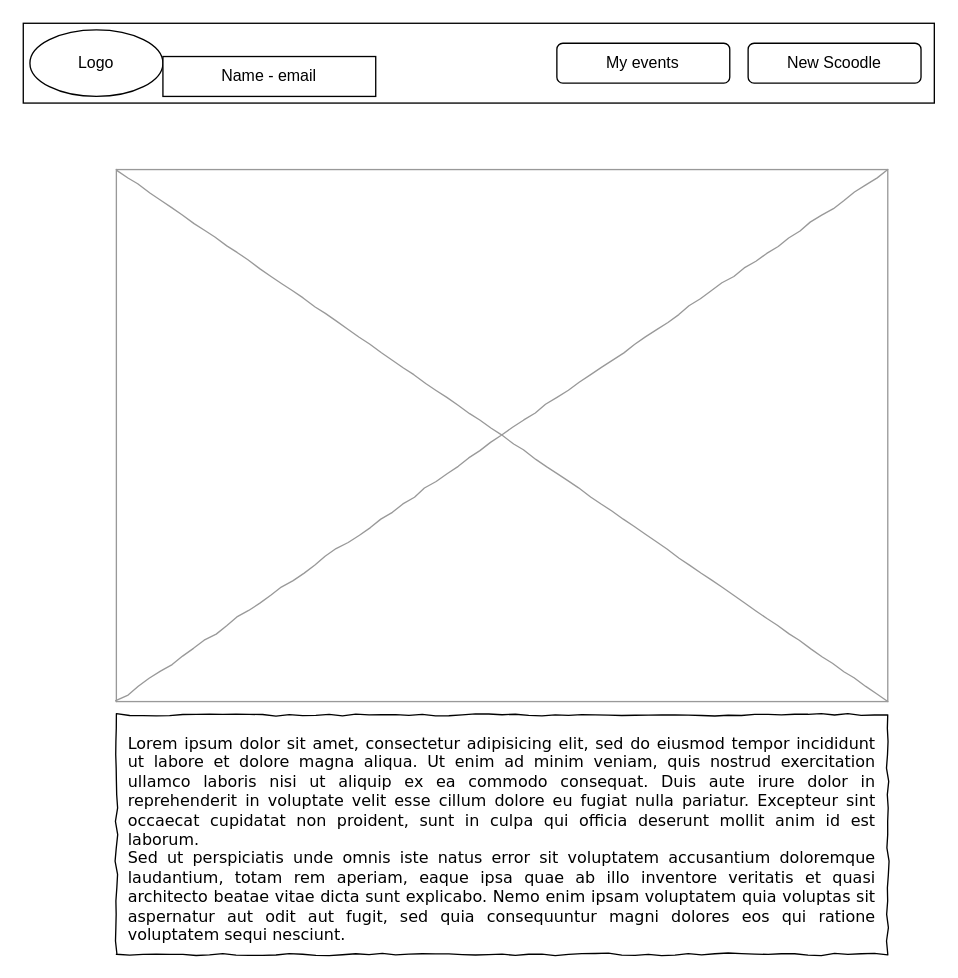
This is page "landing page" (1 of 3) of docs/planning/Scoodle_Wireframe.drawio from jeff-sexton/schoodle, a draw.io file, before an edit. Source tidied: cells renumbered, new cells numbered last; positions are measured from the earlier drawing's top-left corner, leaving out a move shared by most shapes. Both pictures are drawn from the tidied source at 133%, with x=0, y=0 at pixel (23, 23).
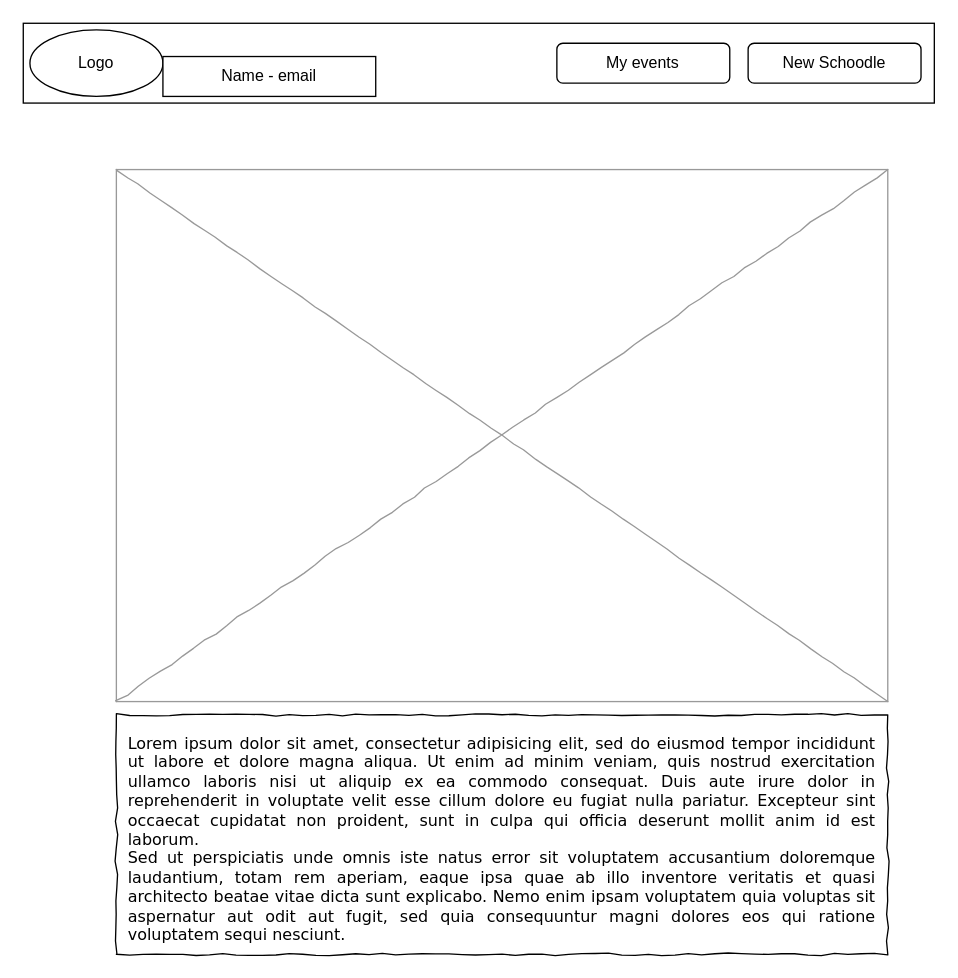
Above is the later version.

The edit, as a diff of the source:
```diff
@@
 <mxGraphModel background="#ffffff">
   <root>
     <mxCell id="0" />
     <mxCell id="1" parent="0" />
     <mxCell id="2" value="&lt;div style=&quot;text-align: justify&quot;&gt;&lt;span&gt;Lorem ipsum dolor sit amet, consectetur adipisicing elit, sed do eiusmod tempor incididunt ut labore et dolore magna aliqua. Ut enim ad minim veniam, quis nostrud exercitation ullamco laboris nisi ut aliquip ex ea commodo consequat. Duis aute irure dolor in reprehenderit in voluptate velit esse cillum dolore eu fugiat nulla pariatur. Excepteur sint occaecat cupidatat non proident, sunt in culpa qui officia deserunt mollit anim id est laborum.&lt;/span&gt;&lt;/div&gt;&lt;div style=&quot;text-align: justify&quot;&gt;&lt;span&gt;Sed ut perspiciatis unde omnis iste natus error sit voluptatem accusantium doloremque laudantium, totam rem aperiam, eaque ipsa quae ab illo inventore veritatis et quasi architecto beatae vitae dicta sunt explicabo. Nemo enim ipsam voluptatem quia voluptas sit aspernatur aut odit aut fugit, sed quia consequuntur magni dolores eos qui ratione voluptatem sequi nesciunt.&amp;nbsp;&lt;/span&gt;&lt;/div&gt;" style="whiteSpace=wrap;html=1;rounded=0;shadow=0;labelBackgroundColor=none;strokeWidth=1;fillColor=none;fontFamily=Verdana;fontSize=12;align=center;verticalAlign=top;spacing=10;comic=1;" parent="1" vertex="1">
       <mxGeometry x="70" y="520" width="580" height="180" as="geometry" />
     </mxCell>
     <mxCell id="3" style="verticalLabelPosition=bottom;shadow=0;dashed=0;align=center;html=1;verticalAlign=top;strokeWidth=1;shape=mxgraph.mockup.graphics.simpleIcon;strokeColor=#999999;rounded=0;labelBackgroundColor=none;fontFamily=Verdana;fontSize=14;fontColor=#000000;comic=1;" parent="1" vertex="1">
       <mxGeometry x="70" y="110" width="580" height="400" as="geometry" />
     </mxCell>
     <mxCell id="4" style="rounded=0;whiteSpace=wrap;html=1;" parent="1" vertex="1">
       <mxGeometry width="685" height="60" as="geometry" />
     </mxCell>
-    <mxCell id="5" value="New Scoodle" style="rounded=1;whiteSpace=wrap;html=1;" parent="1" vertex="1">
+    <mxCell id="5" value="New Schoodle" style="rounded=1;whiteSpace=wrap;html=1;" parent="1" vertex="1">
       <mxGeometry x="545" y="15" width="130" height="30" as="geometry" />
     </mxCell>
     <mxCell id="6" value="Logo" style="ellipse;whiteSpace=wrap;html=1;" parent="1" vertex="1">
       <mxGeometry x="5" y="5" width="100" height="50" as="geometry" />
     </mxCell>
     <mxCell id="7" value="My events" style="rounded=1;whiteSpace=wrap;html=1;" parent="1" vertex="1">
       <mxGeometry x="401.2" y="15" width="130" height="30" as="geometry" />
     </mxCell>
     <mxCell id="8" value="Name - email" style="rounded=0;whiteSpace=wrap;html=1;" parent="1" vertex="1">
       <mxGeometry x="105" y="25" width="160" height="30" as="geometry" />
     </mxCell>
   </root>
 </mxGraphModel>
```
